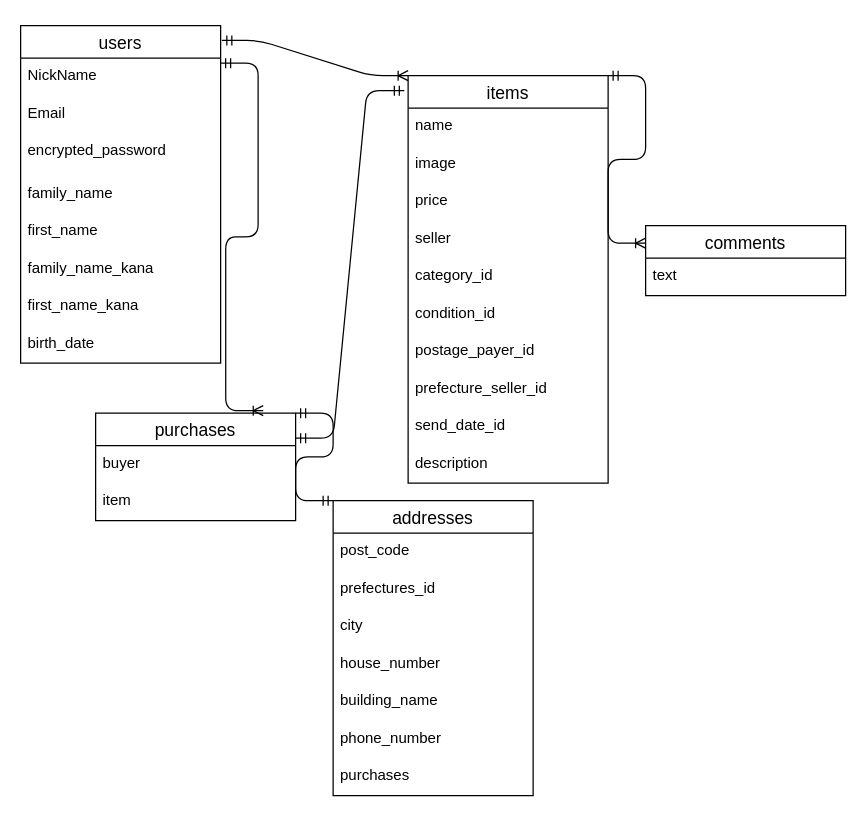
Earlier version of the draw.io diagram ER.dio (ZYO-BAIKER/furima-28664). Source tidied: cells renumbered, new cells numbered last; positions are measured from the earlier drawing's top-left corner, leaving out a move shared by most shapes. Both pictures are drawn from the tidied source at 125%, with x=0, y=0 at pixel (20, 25).
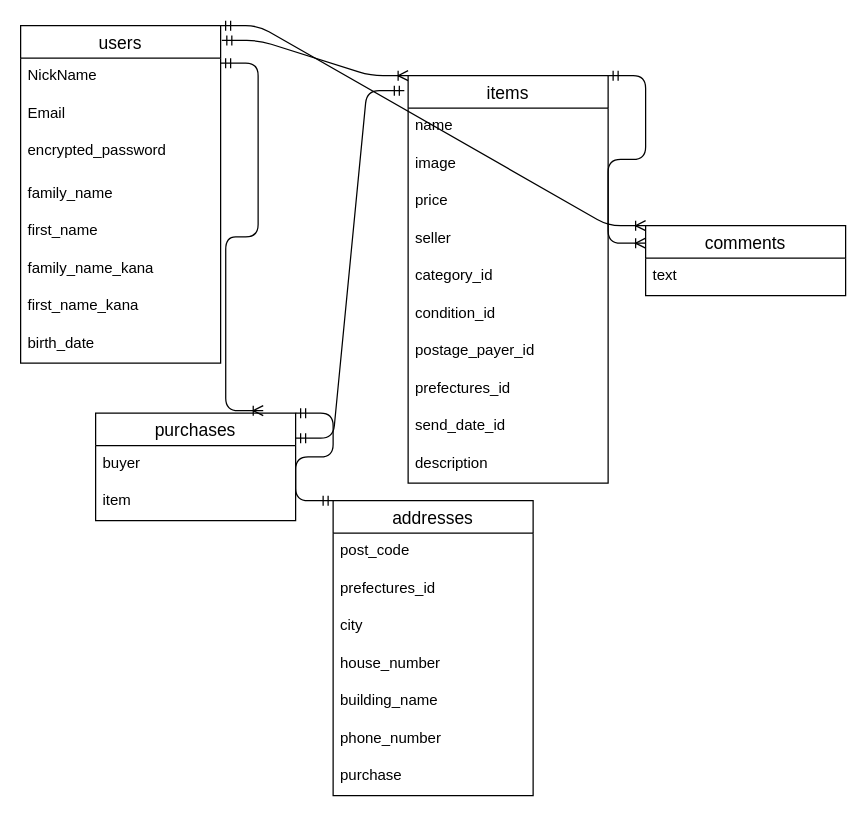
The same page after the edit.

Commit message (it also covers changes not shown here):
DB設計とER図の修正5

Unchanged cells that the change refers to:
```xml
<mxCell id="3" value="items" style="swimlane;fontStyle=0;horizontal=1;startSize=26;align=center;fontSize=14;" parent="1" vertex="1">
  <mxGeometry x="310" y="40" width="160" height="326" as="geometry" />
</mxCell>
<mxCell id="20" value="users" style="swimlane;fontStyle=0;horizontal=1;startSize=26;align=center;fontSize=14;" parent="1" vertex="1">
  <mxGeometry width="160" height="270" as="geometry" />
</mxCell>
<mxCell id="29" value="addresses" style="swimlane;fontStyle=0;horizontal=1;startSize=26;align=center;fontSize=14;" parent="1" vertex="1">
  <mxGeometry x="250" y="380" width="160" height="236" as="geometry" />
</mxCell>
```

The edit, as a diff of the source:
```diff
@@
+    <mxCell id="40" style="edgeStyle=entityRelationEdgeStyle;fontSize=12;html=1;endArrow=ERoneToMany;startArrow=ERmandOne;exitX=1;exitY=0;exitDx=0;exitDy=0;" parent="3" edge="1" source="20">
+      <mxGeometry relative="1" as="geometry">
+        <mxPoint x="190" y="120" as="targetPoint" />
+      </mxGeometry>
+    </mxCell>
@@
-    <mxCell id="11" value="prefecture_seller_id" style="text;strokeColor=none;fillColor=none;spacingLeft=4;spacingRight=4;overflow=hidden;fontSize=12;" parent="3" vertex="1">
+    <mxCell id="11" value="prefectures_id" style="text;strokeColor=none;fillColor=none;spacingLeft=4;spacingRight=4;overflow=hidden;fontSize=12;" parent="3" vertex="1">
       <mxGeometry y="236" width="160" height="30" as="geometry" />
     </mxCell>
@@
-    <mxCell id="36" value="purchases&#10;&#10;" style="text;strokeColor=none;fillColor=none;spacingLeft=4;spacingRight=4;overflow=hidden;fontSize=12;" parent="29" vertex="1">
+    <mxCell id="36" value="purchase&#10;&#10;" style="text;strokeColor=none;fillColor=none;spacingLeft=4;spacingRight=4;overflow=hidden;fontSize=12;" parent="29" vertex="1">
       <mxGeometry y="206" width="160" height="30" as="geometry" />
     </mxCell>
```
